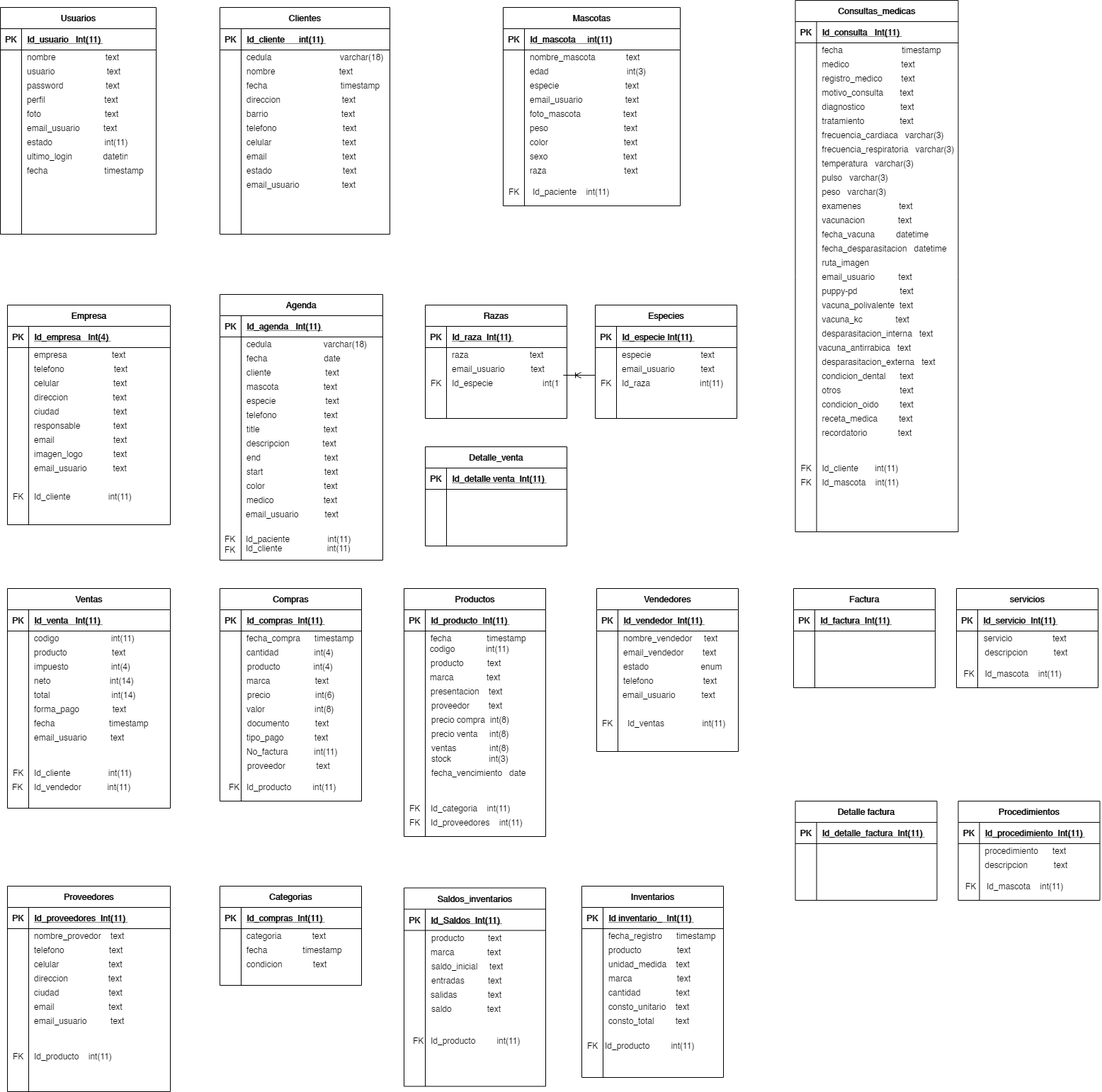
Before: Untitled Diagram.png, a diagram exported from draw.io (heberthm/ejemplos-blog). Source tidied: cells renumbered, new cells last; positions are measured from the earlier drawing's top-left corner, leaving out a move shared by most shapes.
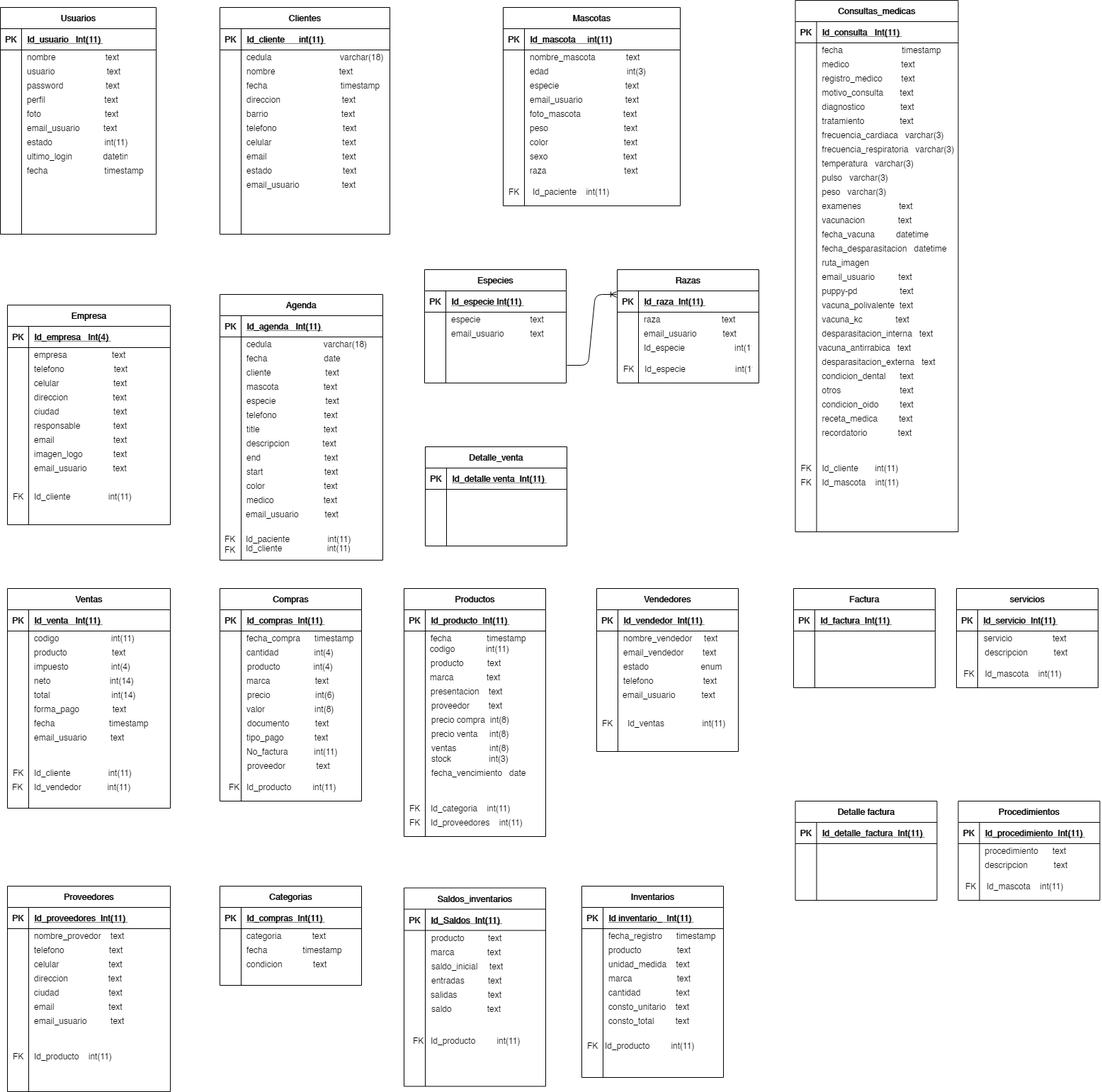
After the commit.

What changed in the source:
```diff
@@ -660,10 +660,19 @@
       <mxGeometry x="1152.5" y="600" width="200" height="20" as="geometry" />
     </mxCell>
     <mxCell id="221" value="email_usuario           text" style="shape=partialRectangle;overflow=hidden;fillColor=none;top=0;left=0;bottom=0;right=0;align=left;spacingLeft=6;" parent="1" vertex="1">
-      <mxGeometry x="630" y="510" width="160" height="20" as="geometry" />
+      <mxGeometry x="901" y="460" width="160" height="20" as="geometry" />
     </mxCell>
+    <mxCell id="229" value="email_usuario           text" style="shape=partialRectangle;overflow=hidden;fillColor=none;top=0;left=0;bottom=0;right=0;align=left;spacingLeft=6;" parent="1" vertex="1">
+      <mxGeometry x="629" y="460" width="160" height="20" as="geometry" />
+    </mxCell>
+    <mxCell id="239" value="Id_especie                     int(11)" style="shape=partialRectangle;overflow=hidden;fillColor=none;top=0;left=0;bottom=0;right=0;align=left;spacingLeft=6;" parent="1" vertex="1">
+      <mxGeometry x="901" y="480" width="160" height="20" as="geometry" />
+    </mxCell>
+    <mxCell id="240" value="FK" style="shape=partialRectangle;fillColor=none;top=0;left=0;bottom=0;right=0;align=left;spacingLeft=6;overflow=hidden;" parent="1" vertex="1">
+      <mxGeometry x="872" y="510" width="35" height="20" as="geometry" />
+    </mxCell>
     <mxCell id="222" value="Razas" style="shape=table;startSize=30;rowLines=0;fontStyle=1;align=center;" parent="1" vertex="1">
-      <mxGeometry x="600" y="430" width="200" height="160" as="geometry" />
+      <mxGeometry x="871" y="380" width="200" height="160" as="geometry" />
     </mxCell>
     <mxCell id="223" style="shape=partialRectangle;fillColor=none;top=0;left=0;bottom=1;right=0;" parent="222" vertex="1">
       <mxGeometry y="30" width="200" height="30" as="geometry" />
@@ -683,11 +692,8 @@
     <mxCell id="228" value="raza                          text" style="shape=partialRectangle;fillColor=none;top=0;left=0;bottom=0;right=0;align=left;spacingLeft=6;overflow=hidden;" parent="226" vertex="1">
       <mxGeometry x="30" width="170" height="20" as="geometry" />
     </mxCell>
-    <mxCell id="229" value="email_usuario           text" style="shape=partialRectangle;overflow=hidden;fillColor=none;top=0;left=0;bottom=0;right=0;align=left;spacingLeft=6;" parent="1" vertex="1">
-      <mxGeometry x="870" y="510" width="160" height="20" as="geometry" />
-    </mxCell>
     <mxCell id="230" value="Especies" style="shape=table;startSize=30;rowLines=0;fontStyle=1;align=center;" parent="1" vertex="1">
-      <mxGeometry x="840" y="430" width="200" height="160" as="geometry" />
+      <mxGeometry x="599" y="380" width="200" height="160" as="geometry" />
     </mxCell>
     <mxCell id="231" style="shape=partialRectangle;fillColor=none;top=0;left=0;bottom=1;right=0;" parent="230" vertex="1">
       <mxGeometry y="30" width="200" height="30" as="geometry" />
@@ -707,18 +713,6 @@
     <mxCell id="236" value="especie                     text" style="shape=partialRectangle;fillColor=none;top=0;left=0;bottom=0;right=0;align=left;spacingLeft=6;overflow=hidden;" parent="234" vertex="1">
       <mxGeometry x="30" width="170" height="20" as="geometry" />
     </mxCell>
-    <mxCell id="237" value="Id_raza                     int(11)" style="shape=partialRectangle;overflow=hidden;fillColor=none;top=0;left=0;bottom=0;right=0;align=left;spacingLeft=6;" parent="1" vertex="1">
-      <mxGeometry x="870" y="530" width="160" height="20" as="geometry" />
-    </mxCell>
-    <mxCell id="238" value="FK" style="shape=partialRectangle;fillColor=none;top=0;left=0;bottom=0;right=0;align=left;spacingLeft=6;overflow=hidden;" parent="1" vertex="1">
-      <mxGeometry x="840" y="530" width="35" height="20" as="geometry" />
-    </mxCell>
-    <mxCell id="239" value="Id_especie                     int(11)" style="shape=partialRectangle;overflow=hidden;fillColor=none;top=0;left=0;bottom=0;right=0;align=left;spacingLeft=6;" parent="1" vertex="1">
-      <mxGeometry x="630" y="530" width="160" height="20" as="geometry" />
-    </mxCell>
-    <mxCell id="240" value="FK" style="shape=partialRectangle;fillColor=none;top=0;left=0;bottom=0;right=0;align=left;spacingLeft=6;overflow=hidden;" parent="1" vertex="1">
-      <mxGeometry x="600" y="530" width="35" height="20" as="geometry" />
-    </mxCell>
     <mxCell id="241" value="Ventas" style="shape=table;startSize=30;rowLines=0;fontStyle=1;align=center;" parent="1" vertex="1">
       <mxGeometry x="10" y="830" width="230" height="310" as="geometry" />
     </mxCell>
@@ -827,12 +821,6 @@
     <mxCell id="276" value="FK" style="shape=partialRectangle;fillColor=none;top=0;left=0;bottom=0;right=0;align=left;spacingLeft=6;overflow=hidden;" parent="1" vertex="1">
       <mxGeometry x="842" y="1010" width="40" height="20" as="geometry" />
     </mxCell>
-    <mxCell id="277" style="edgeStyle=entityRelationEdgeStyle;fontSize=12;html=1;endArrow=ERoneToMany;" parent="1" edge="1">
-      <mxGeometry relative="1" as="geometry">
-        <mxPoint x="815" y="529" as="sourcePoint" />
-        <mxPoint x="820" y="529" as="targetPoint" />
-      </mxGeometry>
-    </mxCell>
     <mxCell id="278" value="nombre_provedor    text" style="shape=partialRectangle;fillColor=none;top=0;left=0;bottom=0;right=0;align=left;spacingLeft=6;overflow=hidden;" parent="1" vertex="1">
       <mxGeometry x="40" y="1310" width="170" height="20" as="geometry" />
     </mxCell>
@@ -1217,5 +1205,14 @@
     <mxCell id="405" value="Id_detalle_factura  Int(11) " style="shape=partialRectangle;fillColor=none;top=0;left=0;bottom=0;right=0;align=left;spacingLeft=6;fontStyle=5;overflow=hidden;" parent="403" vertex="1">
       <mxGeometry x="30" width="170" height="30" as="geometry" />
     </mxCell>
+    <mxCell id="406" value="Id_especie                     int(11)" style="shape=partialRectangle;overflow=hidden;fillColor=none;top=0;left=0;bottom=0;right=0;align=left;spacingLeft=6;" parent="1" vertex="1">
+      <mxGeometry x="902" y="510" width="160" height="20" as="geometry" />
+    </mxCell>
+    <mxCell id="407" style="edgeStyle=entityRelationEdgeStyle;fontSize=12;html=1;endArrow=ERoneToMany;" parent="1" edge="1">
+      <mxGeometry relative="1" as="geometry">
+        <mxPoint x="800" y="515" as="sourcePoint" />
+        <mxPoint x="870" y="415" as="targetPoint" />
+      </mxGeometry>
+    </mxCell>
   </root>
 </mxGraphModel>
```
